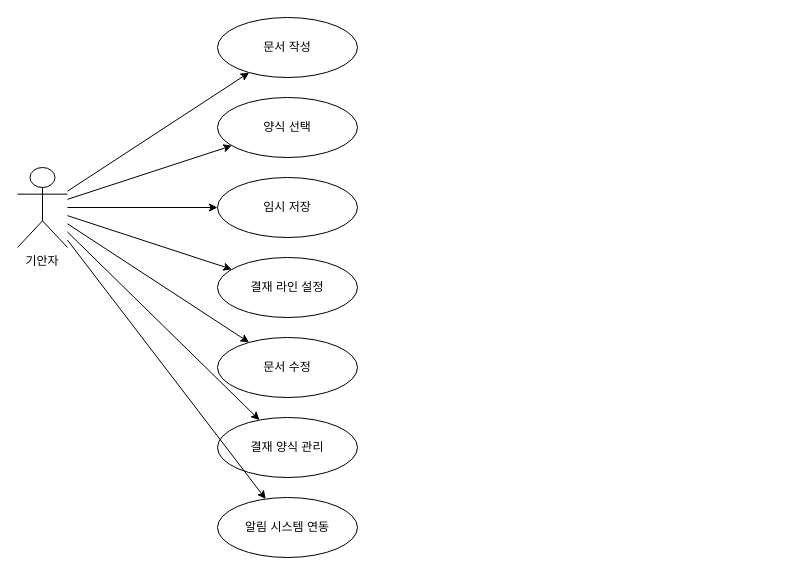
Before: document/문서작성 및 기안.drawio in sunday1284/jsp_spring02, a draw.io diagram. Source tidied: cells renumbered, new cells numbered last; positions are measured from the earlier drawing's top-left corner, leaving out a move shared by most shapes. Both pictures are drawn from the tidied source at 100%, with x=0, y=0 at pixel (17, 17).
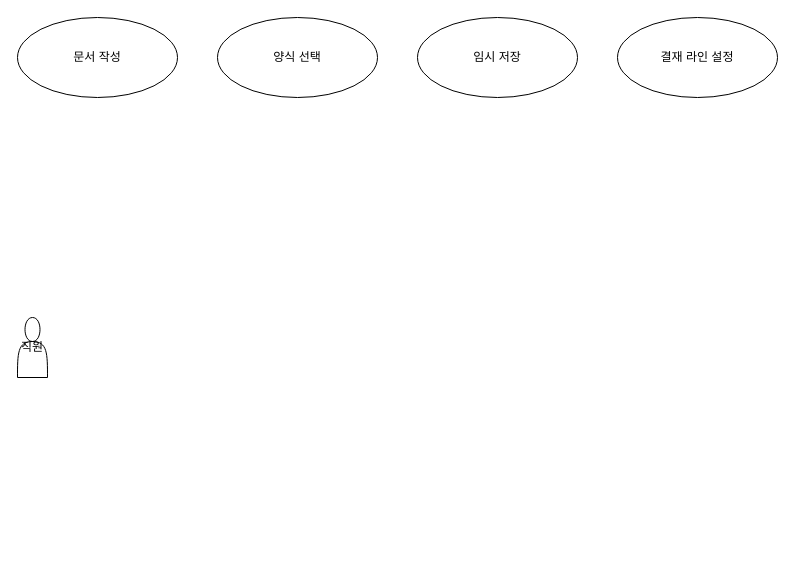
The same page after the edit.

Commit message:
Update 문서작성 및 기안.drawio

Change to the diagram source:
```diff
@@
 <mxGraphModel>
   <root>
     <mxCell id="0" />
     <mxCell id="1" parent="0" />
-    <mxCell id="2" value="기안자" style="shape=umlActor;verticalLabelPosition=bottom;verticalAlign=top;" parent="1" vertex="1">
-      <mxGeometry y="150" width="50" height="80" as="geometry" />
-    </mxCell>
-    <mxCell id="3" value="문서 작성" style="ellipse;whiteSpace=wrap;html=1;" parent="1" vertex="1">
-      <mxGeometry x="200" width="140" height="60" as="geometry" />
+    <mxCell id="3" value="문서 작성" style="shape=ellipse;whiteSpace=wrap;html=1;" parent="1" vertex="1">
+      <mxGeometry width="160" height="80" as="geometry" />
     </mxCell>
-    <mxCell id="4" value="양식 선택" style="ellipse;whiteSpace=wrap;html=1;" parent="1" vertex="1">
-      <mxGeometry x="200" y="80" width="140" height="60" as="geometry" />
+    <mxCell id="4" value="양식 선택" style="shape=ellipse;whiteSpace=wrap;html=1;" parent="1" vertex="1">
+      <mxGeometry x="200" width="160" height="80" as="geometry" />
     </mxCell>
-    <mxCell id="5" value="임시 저장" style="ellipse;whiteSpace=wrap;html=1;" parent="1" vertex="1">
-      <mxGeometry x="200" y="160" width="140" height="60" as="geometry" />
+    <mxCell id="5" value="임시 저장" style="shape=ellipse;whiteSpace=wrap;html=1;" parent="1" vertex="1">
+      <mxGeometry x="400" width="160" height="80" as="geometry" />
     </mxCell>
-    <mxCell id="6" value="결재 라인 설정" style="ellipse;whiteSpace=wrap;html=1;" parent="1" vertex="1">
-      <mxGeometry x="200" y="240" width="140" height="60" as="geometry" />
+    <mxCell id="6" value="결재 라인 설정" style="shape=ellipse;whiteSpace=wrap;html=1;" parent="1" vertex="1">
+      <mxGeometry x="600" width="160" height="80" as="geometry" />
     </mxCell>
-    <mxCell id="7" value="문서 수정" style="ellipse;whiteSpace=wrap;html=1;" parent="1" vertex="1">
-      <mxGeometry x="200" y="320" width="140" height="60" as="geometry" />
-    </mxCell>
-    <mxCell id="8" value="결재 양식 관리" style="ellipse;whiteSpace=wrap;html=1;" parent="1" vertex="1">
-      <mxGeometry x="200" y="400" width="140" height="60" as="geometry" />
-    </mxCell>
-    <mxCell id="9" value="알림 시스템 연동" style="ellipse;whiteSpace=wrap;html=1;" parent="1" vertex="1">
-      <mxGeometry x="200" y="480" width="140" height="60" as="geometry" />
-    </mxCell>
-    <mxCell id="10" parent="1" edge="1" source="2" target="3">
-      <mxGeometry relative="1" as="geometry" />
-    </mxCell>
-    <mxCell id="11" parent="1" edge="1" source="2" target="4">
-      <mxGeometry relative="1" as="geometry" />
-    </mxCell>
-    <mxCell id="12" parent="1" edge="1" source="2" target="5">
-      <mxGeometry relative="1" as="geometry" />
-    </mxCell>
-    <mxCell id="13" parent="1" edge="1" source="2" target="6">
-      <mxGeometry relative="1" as="geometry" />
-    </mxCell>
-    <mxCell id="14" parent="1" edge="1" source="2" target="7">
-      <mxGeometry relative="1" as="geometry" />
-    </mxCell>
-    <mxCell id="15" parent="1" edge="1" source="2" target="8">
-      <mxGeometry relative="1" as="geometry" />
-    </mxCell>
-    <mxCell id="16" parent="1" edge="1" source="2" target="9">
-      <mxGeometry relative="1" as="geometry" />
-    </mxCell>
+    <mxCell id="17" value="직원" style="shape=actor;whiteSpace=wrap;html=1;" parent="1" vertex="1">
+      <mxGeometry y="300" width="30" height="60" as="geometry" />
+    </mxCell>
   </root>
 </mxGraphModel>
```
